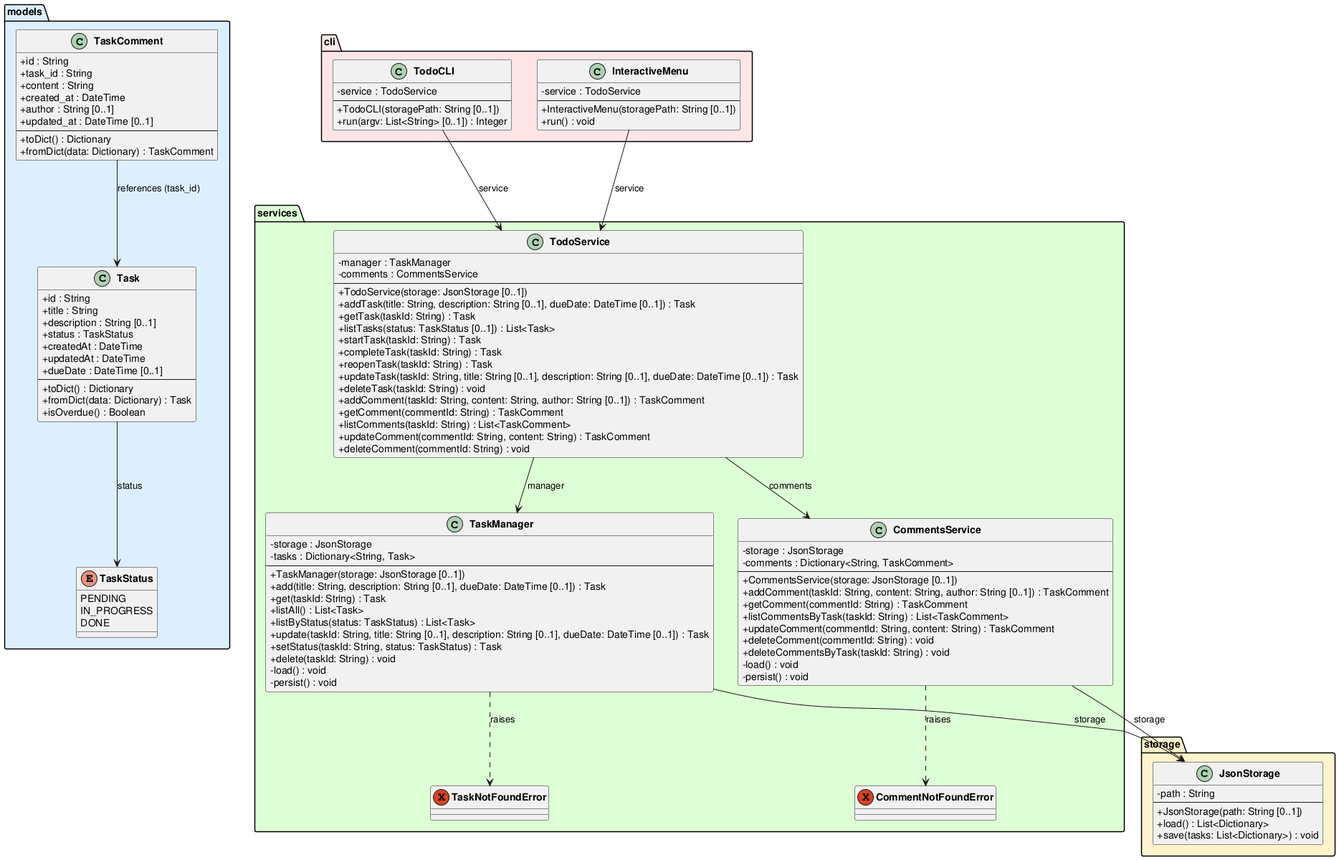
The PlantUML diagram experiments/broadcast/structured_text/TODO/artifacts/class_diagram.png in DanielRiha8906/Software_autoevolution_using_agents, before a commit.
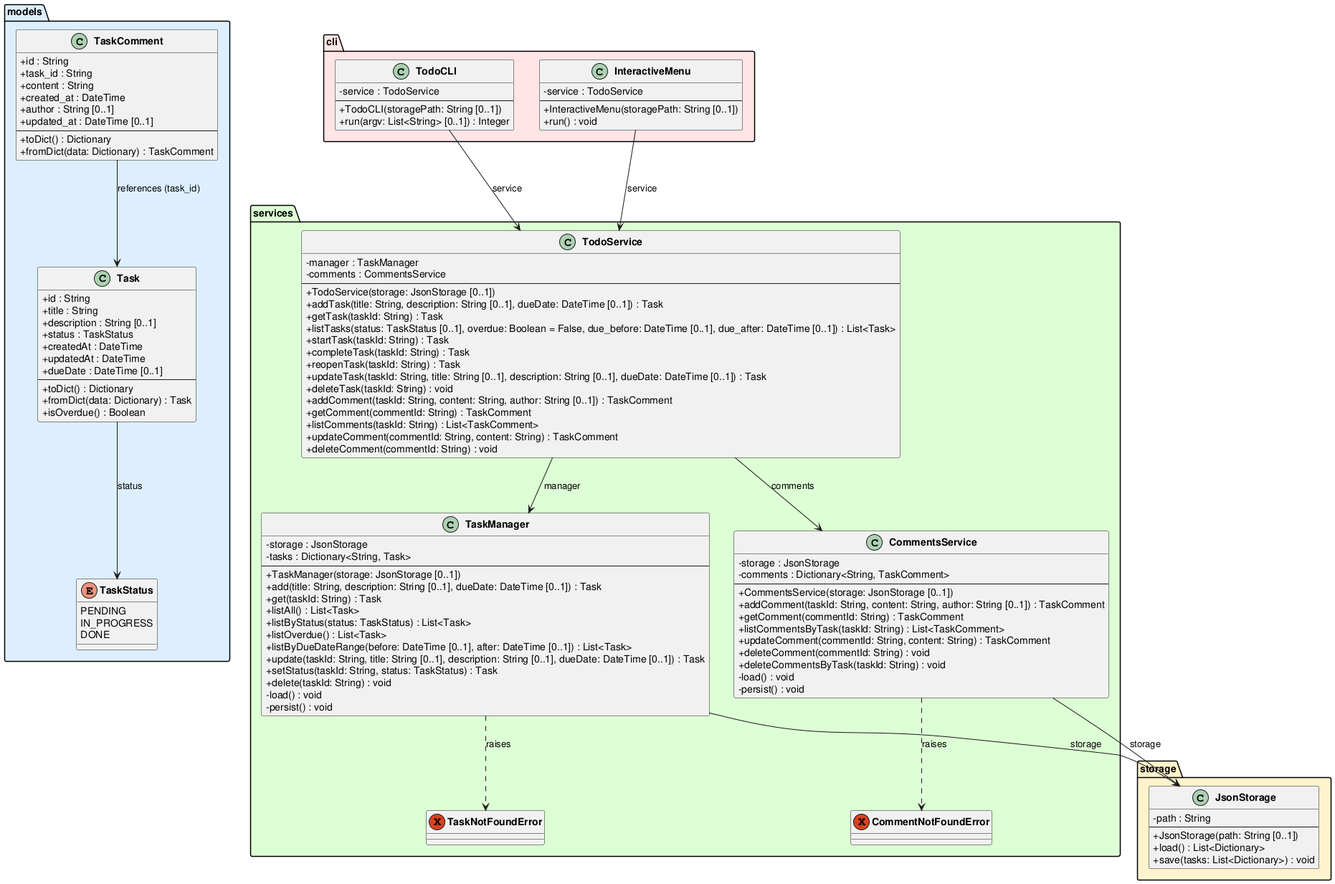
After the change.

The edit, as a diff of the source:
```diff
@@ -60,6 +60,8 @@
         +get(taskId: String) : Task
         +listAll() : List<Task>
         +listByStatus(status: TaskStatus) : List<Task>
+        +listOverdue() : List<Task>
+        +listByDueDateRange(before: DateTime [0..1], after: DateTime [0..1]) : List<Task>
         +update(taskId: String, title: String [0..1], description: String [0..1], dueDate: DateTime [0..1]) : Task
         +setStatus(taskId: String, status: TaskStatus) : Task
         +delete(taskId: String) : void
@@ -89,7 +91,7 @@
         +TodoService(storage: JsonStorage [0..1])
         +addTask(title: String, description: String [0..1], dueDate: DateTime [0..1]) : Task
         +getTask(taskId: String) : Task
-        +listTasks(status: TaskStatus [0..1]) : List<Task>
+        +listTasks(status: TaskStatus [0..1], overdue: Boolean = False, due_before: DateTime [0..1], due_after: DateTime [0..1]) : List<Task>
         +startTask(taskId: String) : Task
         +completeTask(taskId: String) : Task
         +reopenTask(taskId: String) : Task
```
